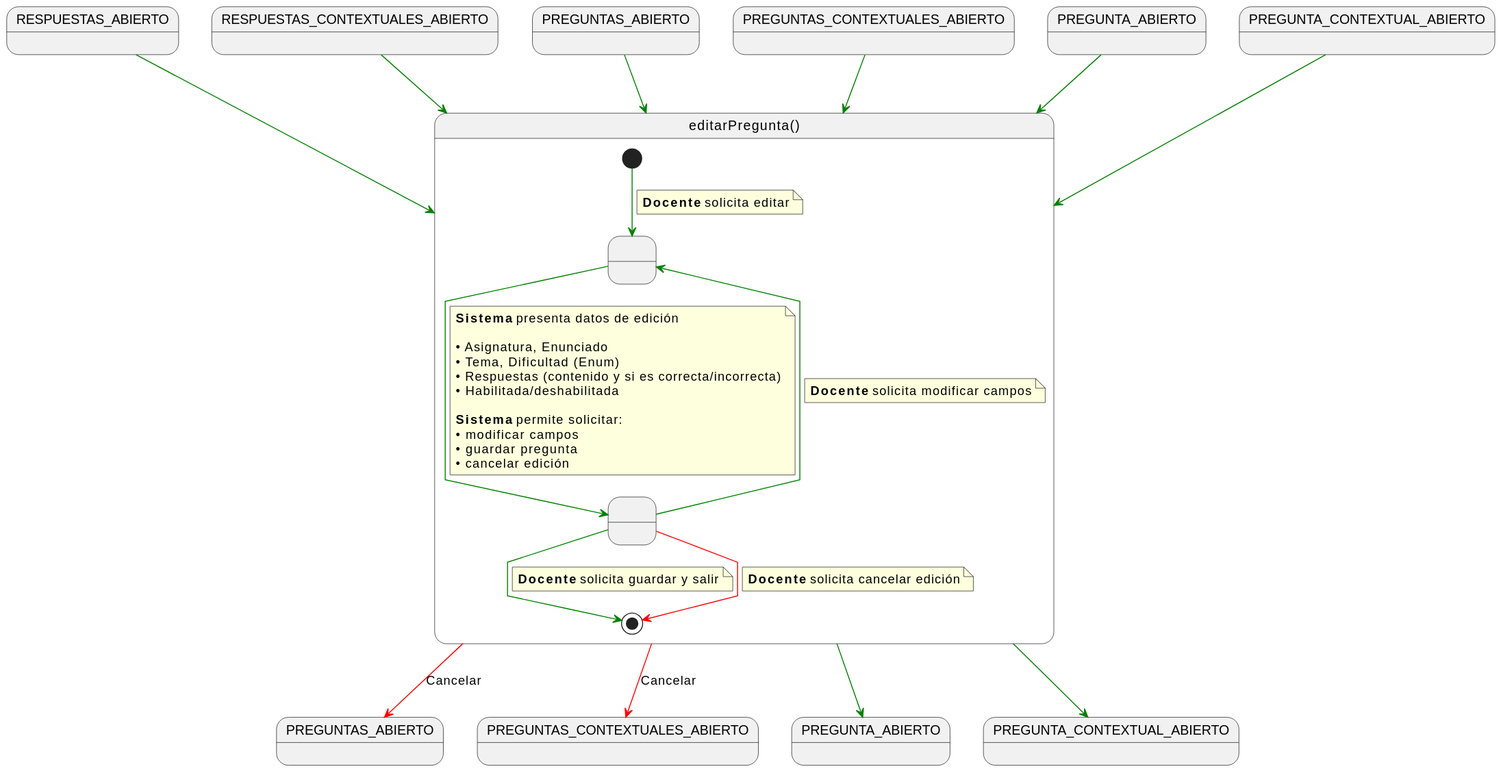
martinlopez7/25-26-IdSw1-SdR keeps this PlantUML diagram as documents/casos-de-uso/detalladoCasosDeUso/editarPregunta/editarPregunta.svg. Above is the earlier version.
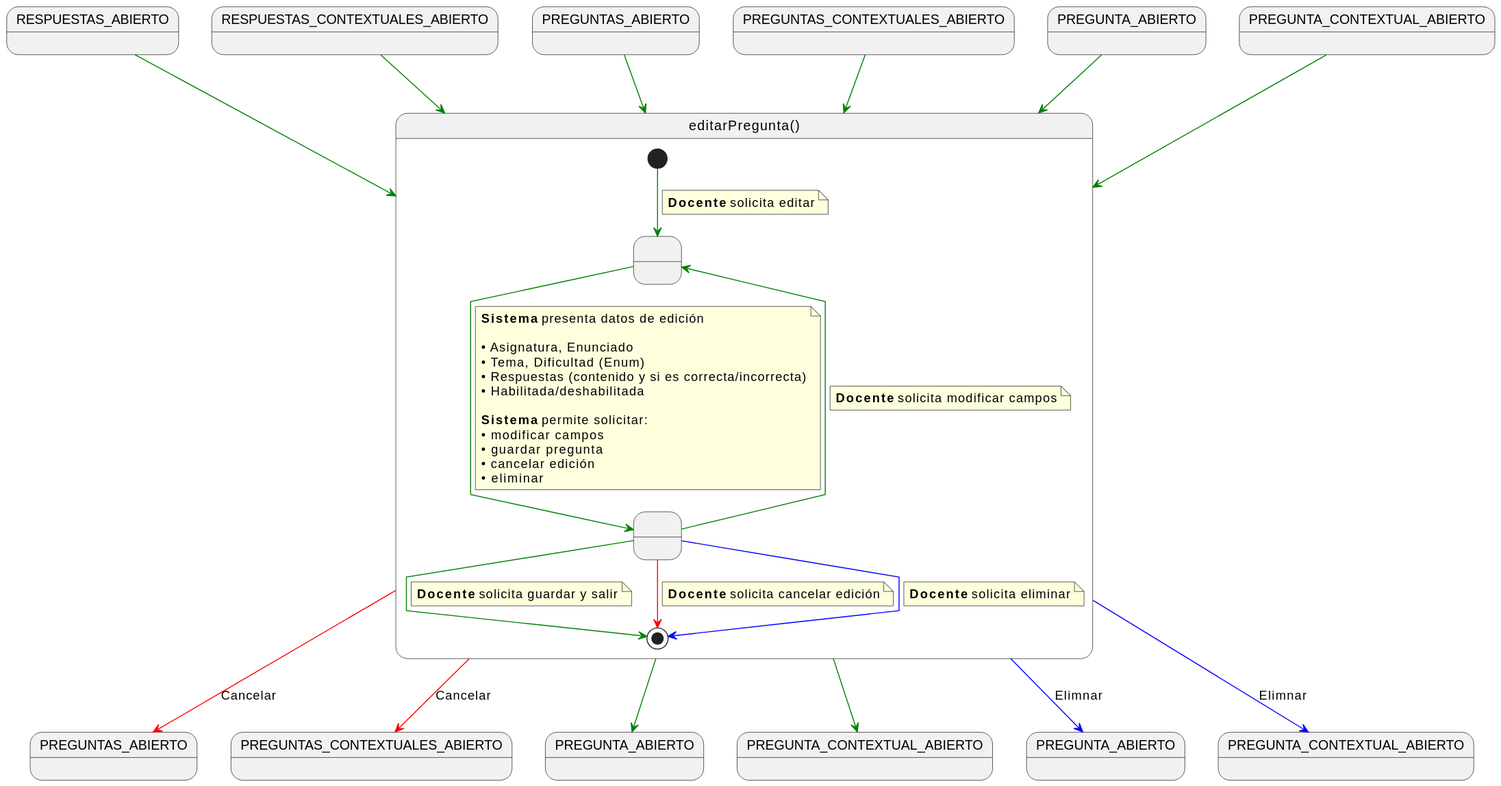
The same file after the commit.

Diff of the diagram source:
```diff
@@ -11,6 +11,8 @@
 state PREGUNTAS_CONTEXTUALES_ABIERTO2 as "PREGUNTAS_CONTEXTUALES_ABIERTO"
 state PREGUNTA_ABIERTO2 as "PREGUNTA_ABIERTO"
 state PREGUNTA_CONTEXTUAL_ABIERTO2 as "PREGUNTA_CONTEXTUAL_ABIERTO"
+state PREGUNTA_ABIERTO3 as "PREGUNTA_ABIERTO"
+state PREGUNTAS_CONTEXTUALES_ABIERTO3 as "PREGUNTA_CONTEXTUAL_ABIERTO"
 
 RESPUESTAS_ABIERTO -[#green]-> editarPregunta
 RESPUESTAS_CONTEXTUALES_ABIERTO -[#green]-> editarPregunta
@@ -42,6 +44,7 @@
     • modificar campos
     • guardar pregunta
     • cancelar edición
+    • eliminar
     end note
 
     GuardandoDatos -[#green]-> EditandoDatos
@@ -58,6 +61,11 @@
     note on link
     <b>Docente</b> solicita cancelar edición
     end note
+
+    GuardandoDatos -[#blue]-> [*]
+    note on link
+    <b>Docente</b> solicita eliminar
+    end note
 }
 
 
@@ -70,4 +78,7 @@
 editarPregunta -[#red]-> PREGUNTAS_ABIERTO2 : Cancelar
 
 editarPregunta -[#red]-> PREGUNTAS_CONTEXTUALES_ABIERTO2 : Cancelar
+
+editarPregunta -[#blue]-> PREGUNTAS_CONTEXTUALES_ABIERTO3 : Elimnar
+editarPregunta -[#blue]-> PREGUNTA_ABIERTO3 : Elimnar
 @enduml
```
